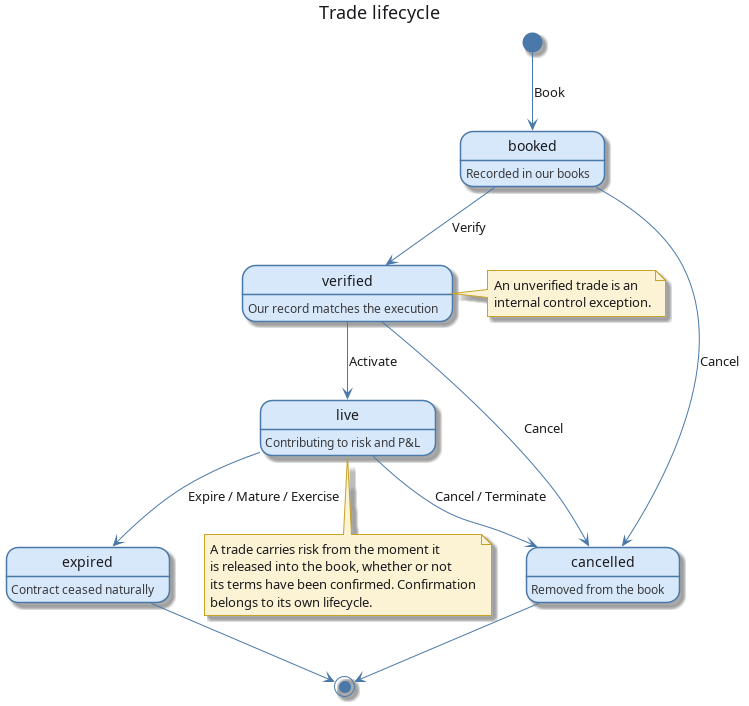
Before: doc/knowledge/domain/trade_status_lifecycle.png, a diagram exported from PlantUML (OreStudio/OreStudio). Its source is kept beside it as doc/knowledge/domain/trade_status_lifecycle.puml. The source it was exported from:
```plantuml
@startuml
!pragma layout smetana

title Trade lifecycle

skinparam state {
    BackgroundColor #D6E8FA
    BorderColor #4A78A8
    FontColor #1A1A1E
    AttributeFontColor #3A3A3E
    ArrowColor #4A78A8
    ArrowFontColor #1A1A1E
    StartColor #4A78A8
    EndColor #4A78A8
}
skinparam note {
    BackgroundColor #FBF3D3
    BorderColor #C9A227
    FontColor #1A1A1E
}
skinparam BackgroundColor white
skinparam DefaultFontColor #1A1A1E

state "booked" as Booked
state "verified" as Verified
state "live" as Live
state "expired" as Expired
state "cancelled" as Cancelled

Booked : Recorded in our books
Verified : Our record matches the execution
Live : Contributing to risk and P&L
Expired : Contract ceased naturally
Cancelled : Removed from the book

[*] --> Booked : Book
Booked --> Verified : Verify
Verified --> Live : Activate
Live --> Expired : Expire / Mature / Exercise
Booked --> Cancelled : Cancel
Verified --> Cancelled : Cancel
Live --> Cancelled : Cancel / Terminate
Expired --> [*]
Cancelled --> [*]

note right of Verified
  An unverified trade is an
  internal control exception.
end note

note bottom of Live
  A trade carries risk from the moment it
  is released into the book, whether or not
  its terms have been confirmed. Confirmation
  belongs to its own lifecycle.
end note

@enduml
```
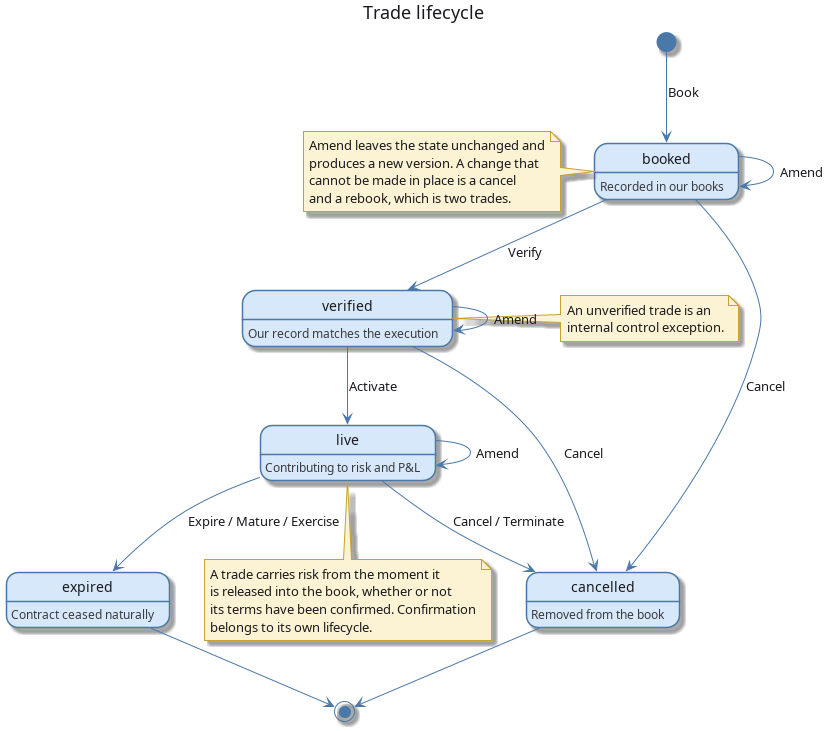
Later version of the same file.

Commit message:
[doc] Scope the trade lifecycle cluster into five documents

The edit, as a diff of the source:
```diff
@@ -37,6 +37,10 @@
 Booked --> Verified : Verify
 Verified --> Live : Activate
 Live --> Expired : Expire / Mature / Exercise
+
+Booked --> Booked : Amend
+Verified --> Verified : Amend
+Live --> Live : Amend
 Booked --> Cancelled : Cancel
 Verified --> Cancelled : Cancel
 Live --> Cancelled : Cancel / Terminate
@@ -55,4 +59,11 @@
   belongs to its own lifecycle.
 end note
 
+note left of Booked
+  Amend leaves the state unchanged and
+  produces a new version. A change that
+  cannot be made in place is a cancel
+  and a rebook, which is two trades.
+end note
+
 @enduml
```
